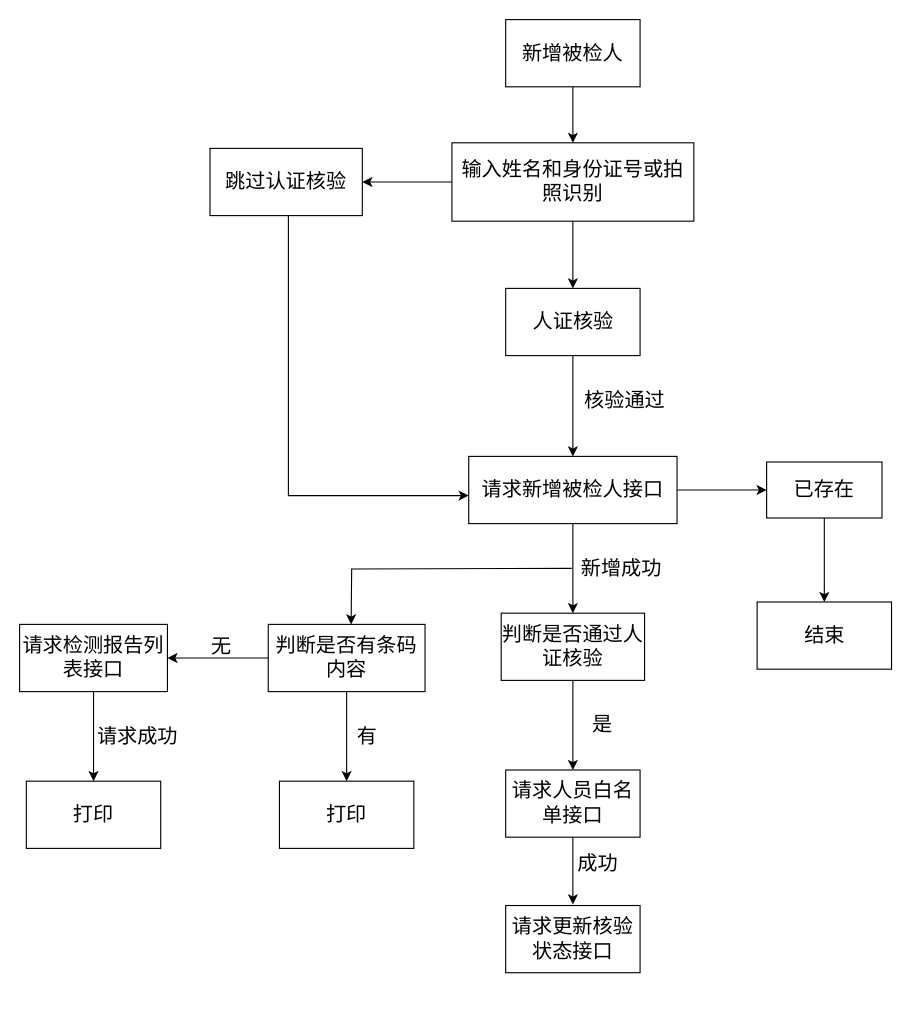
Earlier version of the draw.io diagram page "新增被检人" (1 of 5) of 广纳达康吸毒检测管理APP软件结构图.drawio (lliecho/test). Source tidied: cells renumbered, new cells numbered last; positions are measured from the earlier drawing's top-left corner, leaving out a move shared by most shapes. Both pictures are drawn from the tidied source at 112%, with x=0, y=0 at pixel (19, 19).
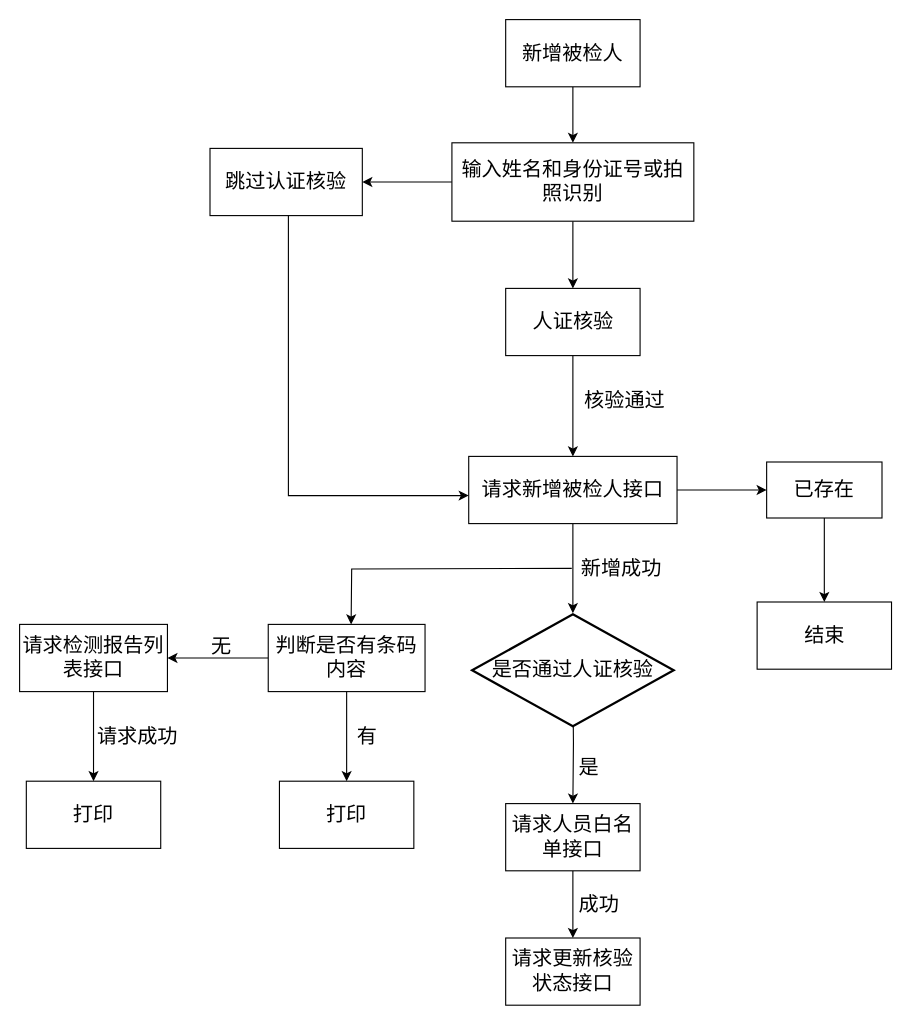
Above is the later version.

Commit message:
更新广纳达康吸毒检测管理APP软件结构图.drawio

The change refers to these unchanged cells:
```xml
<mxCell id="13" value="请求新增被检人接口" style="whiteSpace=wrap;html=1;fontSize=18;rounded=0;" parent="1" vertex="1">
  <mxGeometry x="401" y="390" width="186" height="60" as="geometry" />
</mxCell>
```

Change to the diagram source:
```diff
@@
-    <mxCell id="12" style="edgeStyle=orthogonalEdgeStyle;rounded=0;jettySize=auto;html=1;fontSize=18;" parent="1" edge="1" source="13" target="19">
-      <mxGeometry relative="1" as="geometry" />
+    <mxCell id="12" style="edgeStyle=orthogonalEdgeStyle;rounded=0;jettySize=auto;html=1;fontSize=18;" parent="1" edge="1" source="13">
+      <mxGeometry relative="1" as="geometry">
+        <mxPoint x="494" y="530" as="targetPoint" />
+      </mxGeometry>
     </mxCell>
@@
-    <mxCell id="18" style="edgeStyle=orthogonalEdgeStyle;rounded=0;jettySize=auto;html=1;fontSize=18;" parent="1" edge="1" source="19" target="23">
-      <mxGeometry relative="1" as="geometry" />
+    <mxCell id="18" style="edgeStyle=orthogonalEdgeStyle;rounded=0;jettySize=auto;html=1;fontSize=18;" parent="1" edge="1" target="23">
+      <mxGeometry relative="1" as="geometry">
+        <mxPoint x="494" y="590" as="sourcePoint" />
+      </mxGeometry>
     </mxCell>
-    <mxCell id="19" value="判断是否通过人证核验" style="whiteSpace=wrap;html=1;fontSize=18;rounded=0;" parent="1" vertex="1">
-      <mxGeometry x="430" y="530" width="128" height="60" as="geometry" />
-    </mxCell>
@@
     <mxCell id="22" style="edgeStyle=orthogonalEdgeStyle;rounded=0;jettySize=auto;html=1;fontSize=18;" parent="1" edge="1" source="23">
       <mxGeometry relative="1" as="geometry">
-        <mxPoint x="494" y="790" as="targetPoint" />
+        <mxPoint x="494" y="820" as="targetPoint" />
       </mxGeometry>
     </mxCell>
     <mxCell id="23" value="请求人员白名单接口" style="whiteSpace=wrap;html=1;fontSize=18;rounded=0;" parent="1" vertex="1">
-      <mxGeometry x="434" y="670" width="120" height="60" as="geometry" />
+      <mxGeometry x="434" y="700" width="120" height="60" as="geometry" />
     </mxCell>
     <mxCell id="24" value="是" style="text;html=1;align=center;verticalAlign=middle;strokeColor=none;fillColor=none;fontSize=18;" parent="1" vertex="1">
-      <mxGeometry x="500" y="610" width="40" height="40" as="geometry" />
+      <mxGeometry x="488" y="648" width="40" height="40" as="geometry" />
     </mxCell>
@@
     <mxCell id="36" value="请求更新核验状态接口" style="whiteSpace=wrap;html=1;fontSize=18;rounded=0;" parent="1" vertex="1">
-      <mxGeometry x="434" y="791" width="120" height="60" as="geometry" />
+      <mxGeometry x="434" y="820" width="120" height="60" as="geometry" />
     </mxCell>
     <mxCell id="37" value="成功" style="text;html=1;align=center;verticalAlign=middle;strokeColor=none;fillColor=none;fontSize=18;" parent="1" vertex="1">
-      <mxGeometry x="486" y="734" width="60" height="40" as="geometry" />
+      <mxGeometry x="487" y="770" width="60" height="40" as="geometry" />
     </mxCell>
+    <mxCell id="38" value="是否通过人证核验" style="strokeWidth=2;html=1;shape=mxgraph.flowchart.decision;whiteSpace=wrap;fontSize=18;" parent="1" vertex="1">
+      <mxGeometry x="404" y="531" width="180" height="100" as="geometry" />
+    </mxCell>
```
